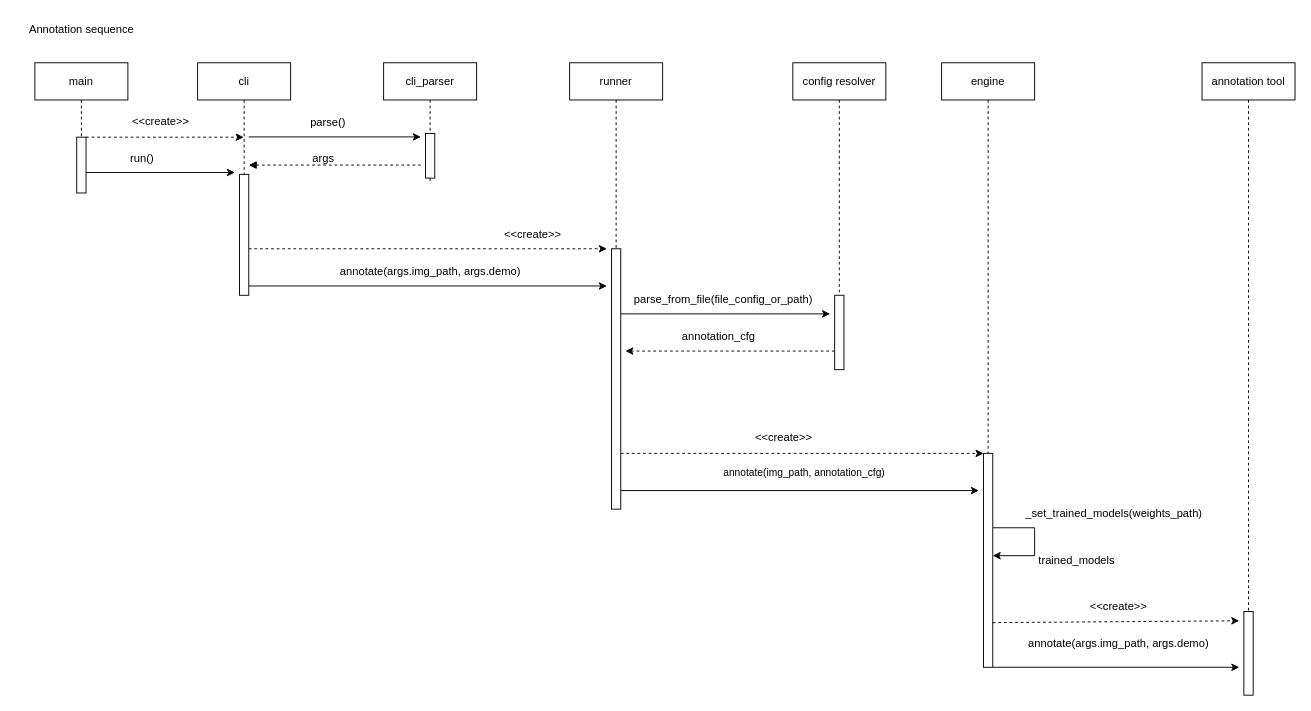
Before: diagrams.drawio in alecremer/Darkroom-CV, a draw.io diagram. Source tidied: cells renumbered, new cells numbered last; positions are measured from the earlier drawing's top-left corner, leaving out a move shared by most shapes. Both pictures are drawn from the tidied source at 93%, with x=0, y=0 at pixel (16, 16).
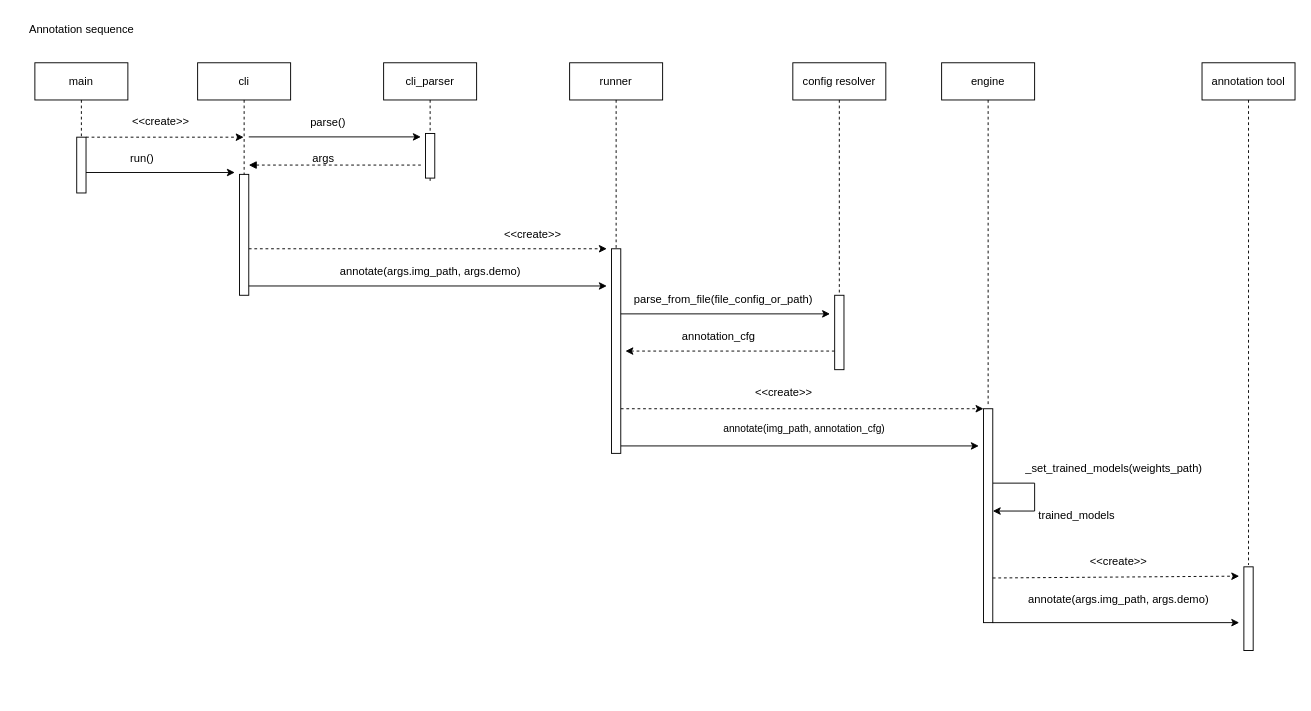
The same page after the edit.

Commit message (it also covers changes not shown here):
chore: delete empty file vision_types

The edit, as a diff of the source:
```diff
@@
-    <mxCell id="15" style="edgeStyle=none;html=1;curved=0;rounded=0;" parent="1" edge="1" source="18">
+    <mxCell id="15" style="edgeStyle=none;html=1;curved=0;rounded=0;" parent="1" edge="1">
       <mxGeometry relative="1" as="geometry">
-        <mxPoint x="1035" y="510" as="targetPoint" />
+        <mxPoint x="650" y="462" as="sourcePoint" />
+        <mxPoint x="1035" y="462" as="targetPoint" />
       </mxGeometry>
     </mxCell>
@@
-    <mxCell id="17" style="edgeStyle=none;html=1;curved=0;rounded=0;dashed=1;" parent="1" edge="1" source="18" target="26">
-      <mxGeometry relative="1" as="geometry" />
+    <mxCell id="17" style="edgeStyle=none;html=1;curved=0;rounded=0;dashed=1;" parent="1" edge="1" target="26">
+      <mxGeometry relative="1" as="geometry">
+        <mxPoint x="650" y="422" as="sourcePoint" />
+      </mxGeometry>
     </mxCell>
     <mxCell id="18" style="html=1;points=[[0,0,0,0,5],[0,1,0,0,-5],[1,0,0,0,5],[1,1,0,0,-5]];perimeter=orthogonalPerimeter;outlineConnect=0;targetShapes=umlLifeline;portConstraint=eastwest;newEdgeStyle={&quot;curved&quot;:0,&quot;rounded&quot;:0};" parent="1" vertex="1">
-      <mxGeometry x="640" y="250" width="10" height="280" as="geometry" />
+      <mxGeometry x="640" y="250" width="10" height="220" as="geometry" />
     </mxCell>
@@
     <mxCell id="24" style="edgeStyle=none;html=1;curved=0;rounded=0;" parent="1" edge="1">
       <mxGeometry relative="1" as="geometry">
-        <mxPoint x="1050" y="700" as="sourcePoint" />
-        <mxPoint x="1315" y="700" as="targetPoint" />
+        <mxPoint x="1050" y="652" as="sourcePoint" />
+        <mxPoint x="1315" y="652" as="targetPoint" />
       </mxGeometry>
     </mxCell>
     <mxCell id="25" style="edgeStyle=none;html=1;curved=0;rounded=0;" parent="1" edge="1" source="26" target="26">
       <mxGeometry relative="1" as="geometry">
         <Array as="points">
-          <mxPoint x="1095" y="550" />
-          <mxPoint x="1095" y="580" />
+          <mxPoint x="1095" y="502" />
+          <mxPoint x="1095" y="532" />
         </Array>
       </mxGeometry>
     </mxCell>
     <mxCell id="26" style="html=1;points=[[0,0,0,0,5],[0,1,0,0,-5],[1,0,0,0,5],[1,1,0,0,-5]];perimeter=orthogonalPerimeter;outlineConnect=0;targetShapes=umlLifeline;portConstraint=eastwest;newEdgeStyle={&quot;curved&quot;:0,&quot;rounded&quot;:0};" parent="1" vertex="1">
-      <mxGeometry x="1040" y="470" width="10" height="230" as="geometry" />
+      <mxGeometry x="1040" y="422" width="10" height="230" as="geometry" />
     </mxCell>
     <mxCell id="27" value="engine" style="shape=umlLifeline;perimeter=lifelinePerimeter;whiteSpace=wrap;html=1;newEdgeStyle={&quot;curved&quot;:0,&quot;rounded&quot;:0};" parent="1" vertex="1">
-      <mxGeometry x="995" y="50" width="100" height="420" as="geometry" />
+      <mxGeometry x="995" y="50" width="100" height="370" as="geometry" />
     </mxCell>
@@
     <mxCell id="30" style="html=1;perimeter=orthogonalPerimeter;targetShapes=umlLifeline;newEdgeStyle={&quot;curved&quot;:0,&quot;rounded&quot;:0};" parent="1" vertex="1">
-      <mxGeometry x="1320" y="640" width="10" height="90" as="geometry" />
+      <mxGeometry x="1320" y="592" width="10" height="90" as="geometry" />
     </mxCell>
     <mxCell id="31" value="annotation tool" style="shape=umlLifeline;perimeter=lifelinePerimeter;whiteSpace=wrap;html=1;newEdgeStyle={&quot;curved&quot;:0,&quot;rounded&quot;:0};" parent="1" vertex="1">
-      <mxGeometry x="1275" y="50" width="100" height="590" as="geometry" />
+      <mxGeometry x="1275" y="50" width="100" height="540" as="geometry" />
     </mxCell>
     <mxCell id="32" value="annotate(args.img_path, args.demo)" style="text;html=1;align=center;verticalAlign=middle;strokeColor=none;fillColor=none;" parent="1" vertex="1">
-      <mxGeometry x="1075" y="660" width="220" height="30" as="geometry" />
+      <mxGeometry x="1075" y="612" width="220" height="30" as="geometry" />
     </mxCell>
@@
     <mxCell id="39" value="&amp;lt;&amp;lt;create&amp;gt;&amp;gt;" style="text;html=1;align=center;verticalAlign=middle;strokeColor=none;fillColor=none;" parent="1" vertex="1">
-      <mxGeometry x="785" y="438" width="80" height="30" as="geometry" />
+      <mxGeometry x="785" y="390" width="80" height="30" as="geometry" />
     </mxCell>
     <mxCell id="40" style="edgeStyle=none;html=1;curved=0;rounded=0;dashed=1;" parent="1" edge="1">
       <mxGeometry relative="1" as="geometry">
-        <mxPoint x="1050" y="652" as="sourcePoint" />
-        <mxPoint x="1315" y="650" as="targetPoint" />
+        <mxPoint x="1050" y="604" as="sourcePoint" />
+        <mxPoint x="1315" y="602" as="targetPoint" />
       </mxGeometry>
     </mxCell>
     <mxCell id="41" value="&amp;lt;&amp;lt;create&amp;gt;&amp;gt;" style="text;html=1;align=center;verticalAlign=middle;strokeColor=none;fillColor=none;" parent="1" vertex="1">
-      <mxGeometry x="1145" y="620" width="80" height="30" as="geometry" />
+      <mxGeometry x="1145" y="572" width="80" height="30" as="geometry" />
     </mxCell>
     <mxCell id="42" value="_set_trained_models(weights_path)" style="text;html=1;align=center;verticalAlign=middle;strokeColor=none;fillColor=none;" parent="1" vertex="1">
-      <mxGeometry x="1075" y="520" width="210" height="30" as="geometry" />
+      <mxGeometry x="1075" y="472" width="210" height="30" as="geometry" />
     </mxCell>
     <mxCell id="43" value="trained_models" style="text;html=1;align=center;verticalAlign=middle;strokeColor=none;fillColor=none;" parent="1" vertex="1">
-      <mxGeometry x="1085" y="570" width="110" height="30" as="geometry" />
+      <mxGeometry x="1085" y="522" width="110" height="30" as="geometry" />
     </mxCell>
```
